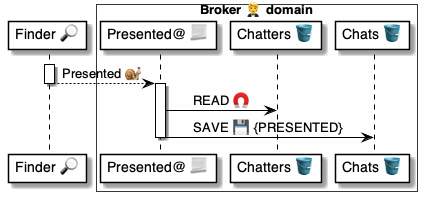
pollyweb-org/pollyweb-docs keeps this PlantUML diagram as 4 ⚙️ Solution/20 🧑‍🦰 UI/Brokers 🤵/🤵🅰️ Broker methods/Chats 💬 Presented 🔎🐌🤵/🤵 Presented ⚙️ uml.png. Above is the earlier version. Its source is kept beside it as 4 ⚙️ Solution/20 🧑‍🦰 UI/Brokers 🤵/🤵🅰️ Broker methods/Chats 💬 Presented 🔎🐌🤵/🤵 Presented ⚙️ uml.puml.
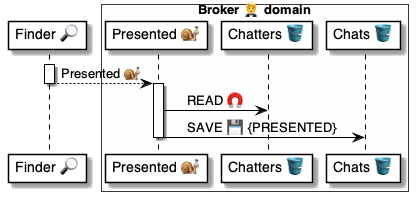
The same file after the commit.

Change to the diagram source:
```diff
@@ -3,7 +3,7 @@
 participant "Finder 🔎" as finder
 
 box "Broker 🤵 domain"  #FFFFFA
-    participant "Presented@ 📃" as broker
+    participant "Presented 🐌" as broker
     participant "Chatters 🪣" as chatters
     participant "Chats 🪣" as chats
 end box
```
